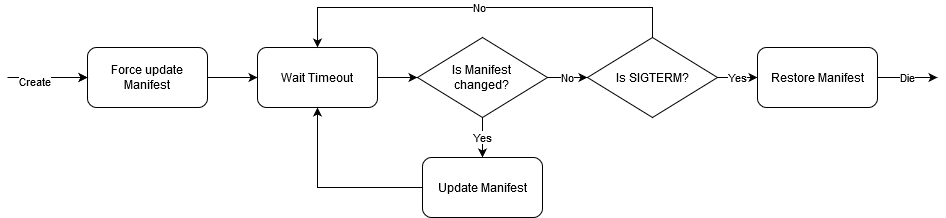
dell/csi-baremetal keeps this draw.io diagram as docs/proposals/images/Patcher_flow.png. Above is the earlier version. Source tidied: cells renumbered, new cells last; positions are measured from the earlier drawing's top-left corner, leaving out a move shared by most shapes. Its diagram source:
```xml
<mxGraphModel>
  <root>
    <mxCell id="0" />
    <mxCell id="1" parent="0" />
    <mxCell id="2" style="edgeStyle=orthogonalEdgeStyle;rounded=0;jettySize=auto;html=1;exitX=1;exitY=0.5;exitDx=0;exitDy=0;entryX=0;entryY=0.5;entryDx=0;entryDy=0;" parent="1" edge="1" source="3" target="8">
      <mxGeometry relative="1" as="geometry" />
    </mxCell>
    <mxCell id="3" value="Force update Manifest" style="rounded=1;whiteSpace=wrap;html=1;" parent="1" vertex="1">
      <mxGeometry x="80" y="40" width="120" height="60" as="geometry" />
    </mxCell>
    <mxCell id="4" value="Yes" style="edgeStyle=orthogonalEdgeStyle;rounded=0;jettySize=auto;html=1;exitX=0.5;exitY=1;exitDx=0;exitDy=0;entryX=0.5;entryY=0;entryDx=0;entryDy=0;" parent="1" edge="1" source="6" target="13">
      <mxGeometry relative="1" as="geometry" />
    </mxCell>
    <mxCell id="5" value="No" style="edgeStyle=orthogonalEdgeStyle;rounded=0;jettySize=auto;html=1;exitX=1;exitY=0.5;exitDx=0;exitDy=0;entryX=0;entryY=0.5;entryDx=0;entryDy=0;" parent="1" edge="1" source="6" target="16">
      <mxGeometry relative="1" as="geometry" />
    </mxCell>
    <mxCell id="6" value="&lt;div&gt;Is Manifest &lt;br&gt;&lt;/div&gt;&lt;div&gt;changed?&lt;/div&gt;" style="rhombus;whiteSpace=wrap;html=1;" parent="1" vertex="1">
      <mxGeometry x="410" y="30" width="130" height="80" as="geometry" />
    </mxCell>
    <mxCell id="7" style="edgeStyle=orthogonalEdgeStyle;rounded=0;jettySize=auto;html=1;exitX=1;exitY=0.5;exitDx=0;exitDy=0;entryX=0;entryY=0.5;entryDx=0;entryDy=0;" parent="1" edge="1" source="8" target="6">
      <mxGeometry relative="1" as="geometry" />
    </mxCell>
    <mxCell id="8" value="Wait Timeout" style="rounded=1;whiteSpace=wrap;html=1;" parent="1" vertex="1">
      <mxGeometry x="250" y="40" width="120" height="60" as="geometry" />
    </mxCell>
    <mxCell id="9" style="endArrow=classic;html=1;entryX=0;entryY=0.5;entryDx=0;entryDy=0;" parent="1" edge="1" target="3">
      <mxGeometry relative="1" as="geometry">
        <mxPoint x="10" y="70" as="sourcePoint" />
      </mxGeometry>
    </mxCell>
    <mxCell id="10" style="endArrow=classic;html=1;entryX=0;entryY=0.5;entryDx=0;entryDy=0;" parent="1" edge="1" target="3">
      <mxGeometry relative="1" as="geometry">
        <mxPoint y="70" as="sourcePoint" />
      </mxGeometry>
    </mxCell>
    <mxCell id="11" value="Create" style="edgeLabel;html=1;align=center;verticalAlign=middle;" parent="10" vertex="1">
      <mxGeometry x="-0.34" y="-3" relative="1" as="geometry" />
    </mxCell>
    <mxCell id="12" style="edgeStyle=orthogonalEdgeStyle;rounded=0;jettySize=auto;html=1;exitX=0;exitY=0.5;exitDx=0;exitDy=0;entryX=0.5;entryY=1;entryDx=0;entryDy=0;" parent="1" edge="1" source="13" target="8">
      <mxGeometry relative="1" as="geometry" />
    </mxCell>
    <mxCell id="13" value="Update Manifest" style="rounded=1;whiteSpace=wrap;html=1;" parent="1" vertex="1">
      <mxGeometry x="415" y="150" width="120" height="60" as="geometry" />
    </mxCell>
    <mxCell id="14" value="No" style="edgeStyle=orthogonalEdgeStyle;rounded=0;jettySize=auto;html=1;exitX=0.5;exitY=0;exitDx=0;exitDy=0;entryX=0.5;entryY=0;entryDx=0;entryDy=0;" parent="1" edge="1" source="16" target="8">
      <mxGeometry relative="1" as="geometry">
        <Array as="points">
          <mxPoint x="645" />
          <mxPoint x="310" />
        </Array>
      </mxGeometry>
    </mxCell>
    <mxCell id="15" value="Yes" style="edgeStyle=orthogonalEdgeStyle;rounded=0;jettySize=auto;html=1;exitX=1;exitY=0.5;exitDx=0;exitDy=0;entryX=0;entryY=0.5;entryDx=0;entryDy=0;" parent="1" edge="1" source="16" target="18">
      <mxGeometry relative="1" as="geometry" />
    </mxCell>
    <mxCell id="16" value="Is SIGTERM?" style="rhombus;whiteSpace=wrap;html=1;" parent="1" vertex="1">
      <mxGeometry x="580" y="30" width="130" height="80" as="geometry" />
    </mxCell>
    <mxCell id="17" value="Die" style="edgeStyle=orthogonalEdgeStyle;rounded=0;jettySize=auto;html=1;exitX=1;exitY=0.5;exitDx=0;exitDy=0;" parent="1" edge="1" source="18">
      <mxGeometry relative="1" as="geometry">
        <mxPoint x="930" y="70" as="targetPoint" />
      </mxGeometry>
    </mxCell>
    <mxCell id="18" value="Restore Manifest" style="rounded=1;whiteSpace=wrap;html=1;" parent="1" vertex="1">
      <mxGeometry x="750" y="40" width="120" height="60" as="geometry" />
    </mxCell>
  </root>
</mxGraphModel>
```
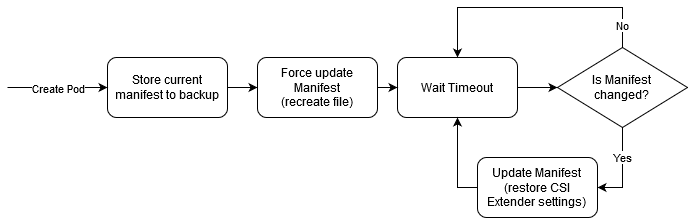
The same file after the commit.

Change to the diagram source:
```diff
@@ -2,67 +2,53 @@
   <root>
     <mxCell id="0" />
     <mxCell id="1" parent="0" />
-    <mxCell id="2" style="edgeStyle=orthogonalEdgeStyle;rounded=0;jettySize=auto;html=1;exitX=1;exitY=0.5;exitDx=0;exitDy=0;entryX=0;entryY=0.5;entryDx=0;entryDy=0;" parent="1" edge="1" source="3" target="8">
-      <mxGeometry relative="1" as="geometry" />
-    </mxCell>
+    <mxCell id="19" style="edgeStyle=orthogonalEdgeStyle;rounded=0;jettySize=auto;html=1;exitX=1;exitY=0.5;exitDx=0;exitDy=0;entryX=0;entryY=0.5;entryDx=0;entryDy=0;" parent="1" edge="1" source="3" target="21">
+      <mxGeometry relative="1" as="geometry" />
+    </mxCell>
-    <mxCell id="3" value="Force update Manifest" style="rounded=1;whiteSpace=wrap;html=1;" parent="1" vertex="1">
-      <mxGeometry x="80" y="40" width="120" height="60" as="geometry" />
+    <mxCell id="3" value="Store current manifest to backup" style="rounded=1;whiteSpace=wrap;html=1;" parent="1" vertex="1">
+      <mxGeometry y="40" width="120" height="60" as="geometry" />
     </mxCell>
+    <mxCell id="14" value="No" style="edgeStyle=orthogonalEdgeStyle;rounded=0;jettySize=auto;html=1;exitX=0.5;exitY=0;exitDx=0;exitDy=0;entryX=0.5;entryY=0;entryDx=0;entryDy=0;" parent="1" edge="1" source="6" target="8">
+      <mxGeometry x="-0.83" relative="1" as="geometry">
+        <Array as="points">
+          <mxPoint x="515" y="-10" />
+          <mxPoint x="350" y="-10" />
+        </Array>
+      </mxGeometry>
+    </mxCell>
-    <mxCell id="4" value="Yes" style="edgeStyle=orthogonalEdgeStyle;rounded=0;jettySize=auto;html=1;exitX=0.5;exitY=1;exitDx=0;exitDy=0;entryX=0.5;entryY=0;entryDx=0;entryDy=0;" parent="1" edge="1" source="6" target="13">
-      <mxGeometry relative="1" as="geometry" />
+    <mxCell id="4" value="Yes" style="edgeStyle=orthogonalEdgeStyle;rounded=0;jettySize=auto;html=1;exitX=0.5;exitY=1;exitDx=0;exitDy=0;entryX=1;entryY=0.5;entryDx=0;entryDy=0;" parent="1" edge="1" source="6" target="13">
+      <mxGeometry x="-0.29" relative="1" as="geometry" />
     </mxCell>
-    <mxCell id="5" value="No" style="edgeStyle=orthogonalEdgeStyle;rounded=0;jettySize=auto;html=1;exitX=1;exitY=0.5;exitDx=0;exitDy=0;entryX=0;entryY=0.5;entryDx=0;entryDy=0;" parent="1" edge="1" source="6" target="16">
-      <mxGeometry relative="1" as="geometry" />
-    </mxCell>
     <mxCell id="6" value="&lt;div&gt;Is Manifest &lt;br&gt;&lt;/div&gt;&lt;div&gt;changed?&lt;/div&gt;" style="rhombus;whiteSpace=wrap;html=1;" parent="1" vertex="1">
-      <mxGeometry x="410" y="30" width="130" height="80" as="geometry" />
+      <mxGeometry x="450" y="30" width="130" height="80" as="geometry" />
     </mxCell>
     <mxCell id="7" style="edgeStyle=orthogonalEdgeStyle;rounded=0;jettySize=auto;html=1;exitX=1;exitY=0.5;exitDx=0;exitDy=0;entryX=0;entryY=0.5;entryDx=0;entryDy=0;" parent="1" edge="1" source="8" target="6">
       <mxGeometry relative="1" as="geometry" />
     </mxCell>
     <mxCell id="8" value="Wait Timeout" style="rounded=1;whiteSpace=wrap;html=1;" parent="1" vertex="1">
-      <mxGeometry x="250" y="40" width="120" height="60" as="geometry" />
+      <mxGeometry x="290" y="40" width="120" height="60" as="geometry" />
     </mxCell>
-    <mxCell id="9" style="endArrow=classic;html=1;entryX=0;entryY=0.5;entryDx=0;entryDy=0;" parent="1" edge="1" target="3">
-      <mxGeometry relative="1" as="geometry">
-        <mxPoint x="10" y="70" as="sourcePoint" />
-      </mxGeometry>
-    </mxCell>
     <mxCell id="10" style="endArrow=classic;html=1;entryX=0;entryY=0.5;entryDx=0;entryDy=0;" parent="1" edge="1" target="3">
       <mxGeometry relative="1" as="geometry">
-        <mxPoint y="70" as="sourcePoint" />
+        <mxPoint x="-100" y="70" as="sourcePoint" />
       </mxGeometry>
     </mxCell>
-    <mxCell id="11" value="Create" style="edgeLabel;html=1;align=center;verticalAlign=middle;" parent="10" vertex="1">
-      <mxGeometry x="-0.34" y="-3" relative="1" as="geometry" />
+    <mxCell id="11" value="Create Pod" style="edgeLabel;html=1;align=center;verticalAlign=middle;" parent="10" vertex="1">
+      <mxGeometry x="-0.34" y="-3" relative="1" as="geometry">
+        <mxPoint x="17" y="-3" as="offset" />
+      </mxGeometry>
     </mxCell>
     <mxCell id="12" style="edgeStyle=orthogonalEdgeStyle;rounded=0;jettySize=auto;html=1;exitX=0;exitY=0.5;exitDx=0;exitDy=0;entryX=0.5;entryY=1;entryDx=0;entryDy=0;" parent="1" edge="1" source="13" target="8">
       <mxGeometry relative="1" as="geometry" />
     </mxCell>
-    <mxCell id="13" value="Update Manifest" style="rounded=1;whiteSpace=wrap;html=1;" parent="1" vertex="1">
-      <mxGeometry x="415" y="150" width="120" height="60" as="geometry" />
+    <mxCell id="13" value="&lt;div&gt;Update Manifest&lt;/div&gt;&lt;div&gt;(restore CSI&lt;/div&gt;&lt;div&gt;Extender settings)&lt;br&gt;&lt;/div&gt;" style="rounded=1;whiteSpace=wrap;html=1;" parent="1" vertex="1">
+      <mxGeometry x="370" y="140" width="120" height="60" as="geometry" />
     </mxCell>
-    <mxCell id="14" value="No" style="edgeStyle=orthogonalEdgeStyle;rounded=0;jettySize=auto;html=1;exitX=0.5;exitY=0;exitDx=0;exitDy=0;entryX=0.5;entryY=0;entryDx=0;entryDy=0;" parent="1" edge="1" source="16" target="8">
-      <mxGeometry relative="1" as="geometry">
-        <Array as="points">
-          <mxPoint x="645" />
-          <mxPoint x="310" />
-        </Array>
-      </mxGeometry>
-    </mxCell>
-    <mxCell id="15" value="Yes" style="edgeStyle=orthogonalEdgeStyle;rounded=0;jettySize=auto;html=1;exitX=1;exitY=0.5;exitDx=0;exitDy=0;entryX=0;entryY=0.5;entryDx=0;entryDy=0;" parent="1" edge="1" source="16" target="18">
-      <mxGeometry relative="1" as="geometry" />
-    </mxCell>
-    <mxCell id="16" value="Is SIGTERM?" style="rhombus;whiteSpace=wrap;html=1;" parent="1" vertex="1">
-      <mxGeometry x="580" y="30" width="130" height="80" as="geometry" />
-    </mxCell>
-    <mxCell id="17" value="Die" style="edgeStyle=orthogonalEdgeStyle;rounded=0;jettySize=auto;html=1;exitX=1;exitY=0.5;exitDx=0;exitDy=0;" parent="1" edge="1" source="18">
-      <mxGeometry relative="1" as="geometry">
-        <mxPoint x="930" y="70" as="targetPoint" />
-      </mxGeometry>
-    </mxCell>
-    <mxCell id="18" value="Restore Manifest" style="rounded=1;whiteSpace=wrap;html=1;" parent="1" vertex="1">
-      <mxGeometry x="750" y="40" width="120" height="60" as="geometry" />
-    </mxCell>
+    <mxCell id="20" style="edgeStyle=orthogonalEdgeStyle;rounded=0;jettySize=auto;html=1;exitX=1;exitY=0.5;exitDx=0;exitDy=0;entryX=0;entryY=0.5;entryDx=0;entryDy=0;" parent="1" edge="1" source="21" target="8">
+      <mxGeometry relative="1" as="geometry" />
+    </mxCell>
+    <mxCell id="21" value="&lt;div&gt;Force update Manifest&lt;/div&gt;&lt;div&gt;(recreate file)&lt;br&gt;&lt;/div&gt;" style="rounded=1;whiteSpace=wrap;html=1;" parent="1" vertex="1">
+      <mxGeometry x="150" y="40" width="120" height="60" as="geometry" />
+    </mxCell>
   </root>
 </mxGraphModel>
```
